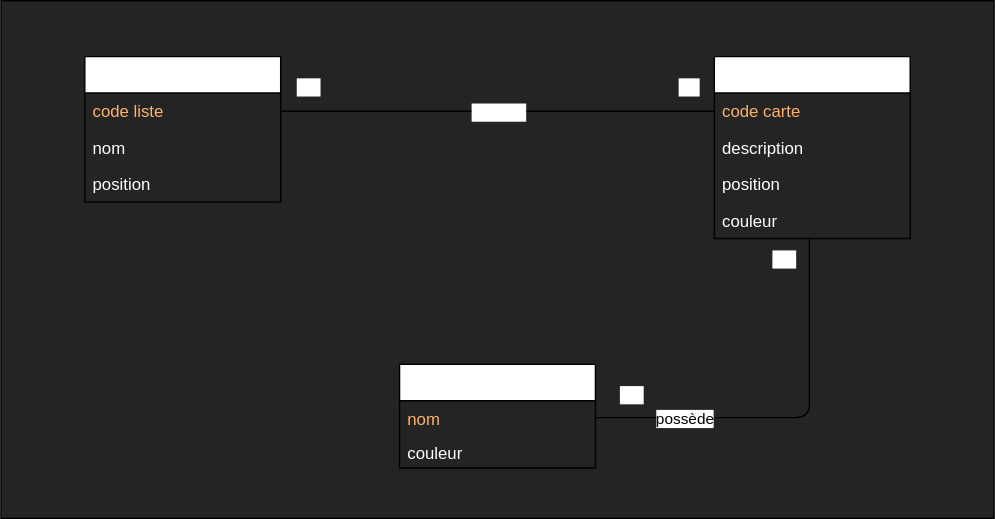
The draw.io diagram docs/MCD.drawio.svg in FabienCallot/kanban-node-react-app, before a commit. Source tidied: cells renumbered, new cells last; positions are measured from the earlier drawing's top-left corner, leaving out a move shared by most shapes.
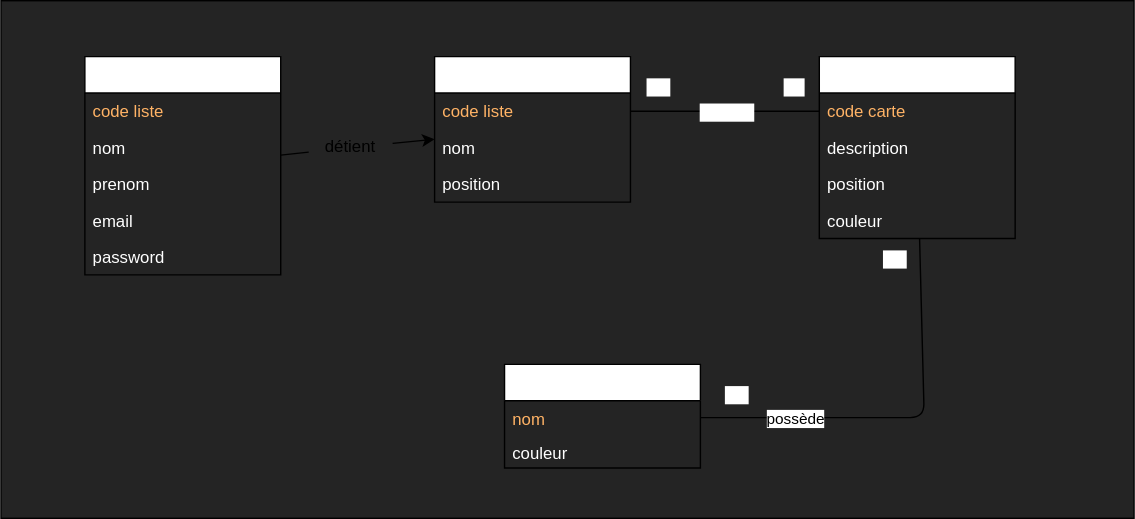
The same diagram one commit later.

Commit message:
new user table in dataBase with list association

What changed in the source:
```diff
@@ -3,10 +3,10 @@
     <mxCell id="0" />
     <mxCell id="1" parent="0" />
     <mxCell id="2" style="rounded=0;whiteSpace=wrap;html=1;fillColor=#242424;" parent="1" vertex="1">
-      <mxGeometry width="710" height="370" as="geometry" />
+      <mxGeometry width="810" height="370" as="geometry" />
     </mxCell>
     <mxCell id="3" value="Liste" style="swimlane;fontStyle=0;horizontal=1;startSize=26;fontColor=#FFFFFF;" parent="1" vertex="1">
-      <mxGeometry x="60" y="40" width="140" height="104" as="geometry" />
+      <mxGeometry x="310" y="40" width="140" height="104" as="geometry" />
     </mxCell>
     <mxCell id="4" value="code liste" style="text;strokeColor=none;fillColor=none;align=left;verticalAlign=top;spacingLeft=4;spacingRight=4;overflow=hidden;points=[[0,0.5],[1,0.5]];portConstraint=eastwest;fontColor=#FFB366;" parent="3" vertex="1">
       <mxGeometry y="26" width="140" height="26" as="geometry" />
@@ -18,7 +18,7 @@
       <mxGeometry y="78" width="140" height="26" as="geometry" />
     </mxCell>
     <mxCell id="7" value="Carte" style="swimlane;fontStyle=0;horizontal=1;startSize=26;fontColor=#FFFFFF;" parent="1" vertex="1">
-      <mxGeometry x="510" y="40" width="140" height="130" as="geometry" />
+      <mxGeometry x="585" y="40" width="140" height="130" as="geometry" />
     </mxCell>
     <mxCell id="8" value="code carte" style="text;strokeColor=none;fillColor=none;align=left;verticalAlign=top;spacingLeft=4;spacingRight=4;overflow=hidden;points=[[0,0.5],[1,0.5]];portConstraint=eastwest;fontColor=#FFB366;" parent="7" vertex="1">
       <mxGeometry y="26" width="140" height="26" as="geometry" />
@@ -49,7 +49,7 @@
       </mxGeometry>
     </mxCell>
     <mxCell id="16" value="Label" style="swimlane;fontStyle=0;horizontal=1;startSize=26;fontColor=#FFFFFF;" parent="1" vertex="1">
-      <mxGeometry x="285" y="260" width="140" height="74" as="geometry" />
+      <mxGeometry x="360" y="260" width="140" height="74" as="geometry" />
     </mxCell>
     <mxCell id="17" value="nom" style="text;strokeColor=none;fillColor=none;align=left;verticalAlign=top;spacingLeft=4;spacingRight=4;overflow=hidden;points=[[0,0.5],[1,0.5]];portConstraint=eastwest;fontColor=#FFB366;" parent="16" vertex="1">
       <mxGeometry y="26" width="140" height="24" as="geometry" />
@@ -57,10 +57,10 @@
     <mxCell id="18" value="couleur" style="text;strokeColor=none;fillColor=none;align=left;verticalAlign=top;spacingLeft=4;spacingRight=4;overflow=hidden;fontColor=#FFFFFF;" parent="16" vertex="1">
       <mxGeometry y="50" width="140" height="24" as="geometry" />
     </mxCell>
-    <mxCell id="19" style="endArrow=none;html=1;entryX=1;entryY=0.5;entryDx=0;entryDy=0;endFill=0;" parent="1" edge="1" target="17">
+    <mxCell id="19" style="endArrow=none;html=1;entryX=1;entryY=0.5;entryDx=0;entryDy=0;endFill=0;" parent="1" edge="1" source="7" target="17">
       <mxGeometry relative="1" as="geometry">
-        <mxPoint x="578" y="170" as="sourcePoint" />
         <Array as="points">
+          <mxPoint x="660" y="298" />
           <mxPoint x="578" y="298" />
         </Array>
       </mxGeometry>
@@ -80,5 +80,32 @@
         <mxPoint x="35" y="-8" as="offset" />
       </mxGeometry>
     </mxCell>
+    <mxCell id="23" value="User" style="swimlane;fontStyle=0;horizontal=1;startSize=26;fontColor=#FFFFFF;" parent="1" vertex="1">
+      <mxGeometry x="60" y="40" width="140" height="156" as="geometry" />
+    </mxCell>
+    <mxCell id="24" value="code liste" style="text;strokeColor=none;fillColor=none;align=left;verticalAlign=top;spacingLeft=4;spacingRight=4;overflow=hidden;fontColor=#FFB366;" parent="23" vertex="1">
+      <mxGeometry y="26" width="140" height="26" as="geometry" />
+    </mxCell>
+    <mxCell id="25" value="nom" style="text;strokeColor=none;fillColor=none;align=left;verticalAlign=top;spacingLeft=4;spacingRight=4;overflow=hidden;fontColor=#FFFFFF;" parent="23" vertex="1">
+      <mxGeometry y="52" width="140" height="26" as="geometry" />
+    </mxCell>
+    <mxCell id="26" value="prenom" style="text;strokeColor=none;fillColor=none;align=left;verticalAlign=top;spacingLeft=4;spacingRight=4;overflow=hidden;fontColor=#FFFFFF;" parent="23" vertex="1">
+      <mxGeometry y="78" width="140" height="26" as="geometry" />
+    </mxCell>
+    <mxCell id="27" value="email" style="text;strokeColor=none;fillColor=none;align=left;verticalAlign=top;spacingLeft=4;spacingRight=4;overflow=hidden;fontColor=#FFFFFF;" parent="23" vertex="1">
+      <mxGeometry y="104" width="140" height="26" as="geometry" />
+    </mxCell>
+    <mxCell id="28" value="password" style="text;strokeColor=none;fillColor=none;align=left;verticalAlign=top;spacingLeft=4;spacingRight=4;overflow=hidden;fontColor=#FFFFFF;" parent="23" vertex="1">
+      <mxGeometry y="130" width="140" height="26" as="geometry" />
+    </mxCell>
+    <mxCell id="29" style="edgeStyle=none;html=1;startArrow=none;" parent="1" edge="1" source="30" target="3">
+      <mxGeometry relative="1" as="geometry" />
+    </mxCell>
+    <mxCell id="30" value="détient" style="text;html=1;strokeColor=none;fillColor=none;align=center;verticalAlign=middle;whiteSpace=wrap;rounded=0;" parent="1" vertex="1">
+      <mxGeometry x="220" y="90" width="60" height="30" as="geometry" />
+    </mxCell>
+    <mxCell id="31" style="edgeStyle=none;html=1;endArrow=none;" parent="1" edge="1" source="23" target="30">
+      <mxGeometry relative="1" as="geometry" />
+    </mxCell>
   </root>
 </mxGraphModel>
```
